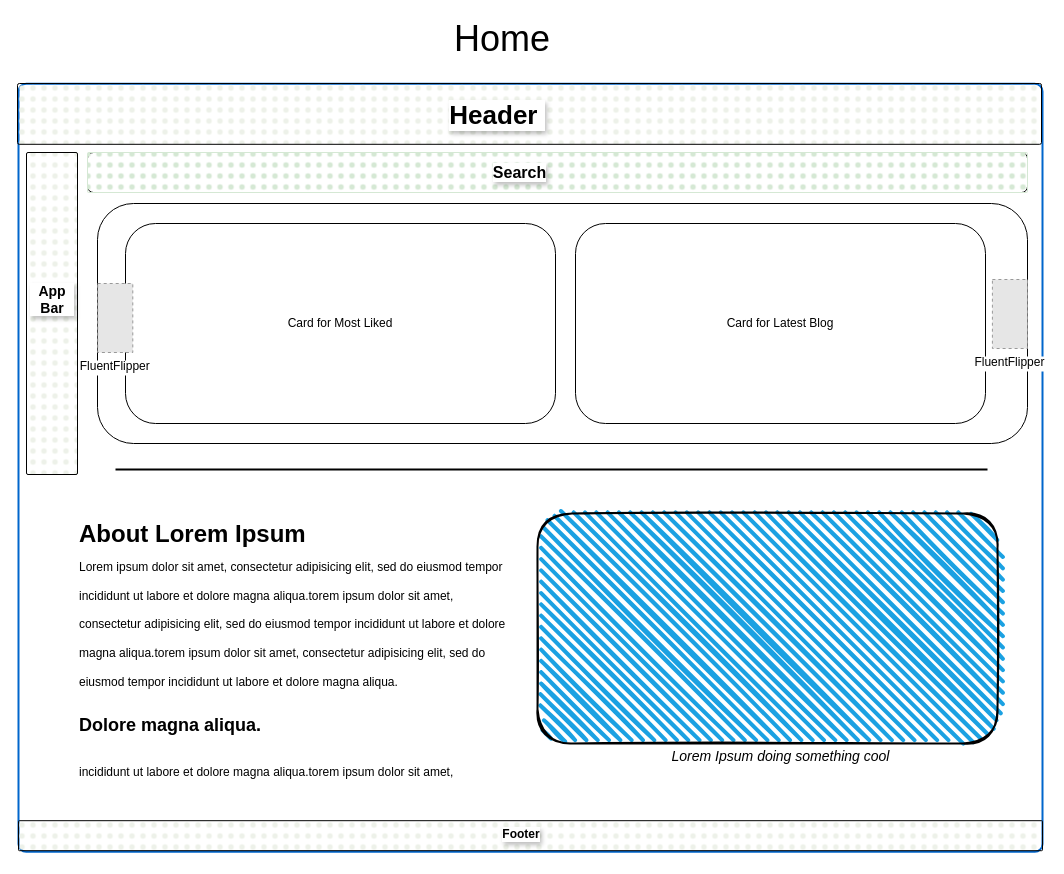
Above: page "Home" (1 of 8) of docs/Mocks_SF.drawio in freemindlabsinc/IntelliBlog (draw.io), before the change. Source tidied: cells renumbered, new cells numbered last; positions are measured from the earlier drawing's top-left corner, leaving out a move shared by most shapes. Both pictures are drawn from the tidied source at 100%, with x=0, y=0 at pixel (17, 23). Pictures stored in the file or linked from it are replaced by grey dashed boxes.
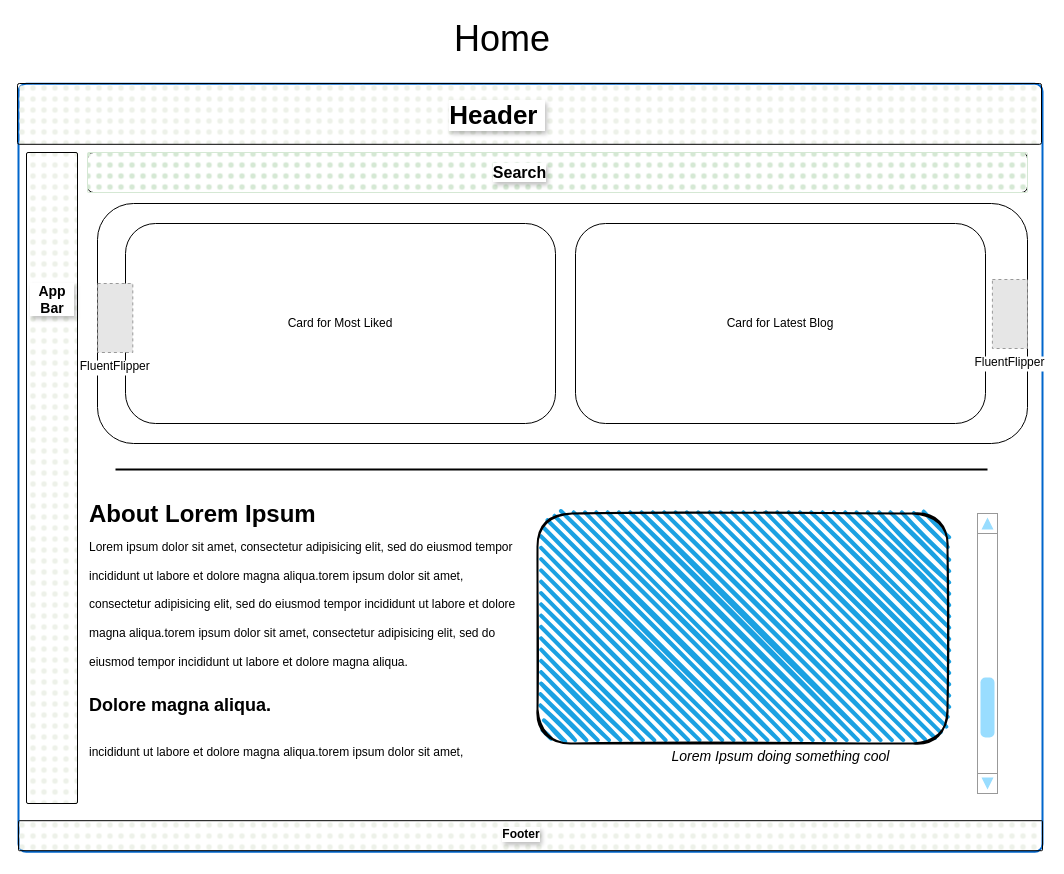
Above is the later version.

Unchanged cells that the change refers to:
```xml
<mxCell id="2" value="&#10;" style="group;" parent="1" vertex="1">
  <mxGeometry y="60" width="1025" height="768.2" as="geometry" />
</mxCell>
```

Change to the diagram source:
```diff
@@
     <mxCell id="4" style="rounded=1;whiteSpace=wrap;html=1;fillStyle=dots;strokeColor=default;align=center;verticalAlign=middle;arcSize=3;fontFamily=Helvetica;fontSize=12;fontColor=default;fillColor=#edf1e9;" parent="2" vertex="1">
-      <mxGeometry x="9" y="69" width="51" height="322" as="geometry" />
+      <mxGeometry x="9" y="69" width="51" height="651" as="geometry" />
     </mxCell>
@@
     <mxCell id="16" value="&lt;h1 style=&quot;margin-top: 0px;&quot;&gt;&lt;span style=&quot;background-color: initial;&quot;&gt;About Lorem Ipsum&lt;br&gt;&lt;/span&gt;&lt;span style=&quot;background-color: initial; font-size: 12px; font-weight: normal;&quot;&gt;Lorem ipsum dolor sit amet, consectetur adipisicing elit, sed do eiusmod tempor incididunt ut labore et dolore magna aliqua.&lt;/span&gt;&lt;font style=&quot;font-size: 12px; font-weight: normal;&quot;&gt;&lt;span style=&quot;background-color: initial;&quot;&gt;t&lt;/span&gt;orem ipsum dolor sit amet, consectetur adipisicing elit, sed do eiusmod tempor incididunt ut labore et dolore magna aliqua.torem ipsum dolor sit amet, consectetur adipisicing elit, sed do eiusmod tempor incididunt ut labore et dolore magna aliqua.&lt;/font&gt;&lt;br&gt;&lt;/h1&gt;&lt;h1 style=&quot;margin-top: 0px;&quot;&gt;&lt;font style=&quot;font-size: 18px;&quot;&gt;Dolore magna aliqua.&lt;/font&gt;&lt;/h1&gt;&lt;h1 style=&quot;margin-top: 0px;&quot;&gt;&lt;span style=&quot;background-color: initial; font-size: 12px; font-weight: normal;&quot;&gt;incididunt ut labore et dolore magna aliqua.&lt;/span&gt;&lt;font style=&quot;font-size: 12px; font-weight: normal;&quot;&gt;&lt;span style=&quot;background-color: initial;&quot;&gt;t&lt;/span&gt;orem ipsum dolor sit amet,&lt;/font&gt;&lt;/h1&gt;" style="text;html=1;whiteSpace=wrap;overflow=hidden;rounded=0;" parent="2" vertex="1">
-      <mxGeometry x="60" y="430" width="440" height="300" as="geometry" />
+      <mxGeometry x="70" y="410" width="440" height="300" as="geometry" />
     </mxCell>
@@
     <mxCell id="20" style="rounded=1;whiteSpace=wrap;html=1;strokeWidth=2;fillWeight=4;hachureGap=8;hachureAngle=45;fillColor=#1ba1e2;sketch=1;" parent="2" vertex="1">
-      <mxGeometry x="520" y="430" width="460" height="230" as="geometry" />
+      <mxGeometry x="520" y="430" width="410" height="230" as="geometry" />
     </mxCell>
@@
+    <mxCell id="23" style="verticalLabelPosition=bottom;shadow=0;dashed=0;align=center;html=1;verticalAlign=top;strokeWidth=1;shape=mxgraph.mockup.navigation.scrollBar;strokeColor=#999999;barPos=20;fillColor2=#99ddff;strokeColor2=none;direction=north;" parent="2" vertex="1">
+      <mxGeometry x="960" y="430" width="20" height="280" as="geometry" />
+    </mxCell>
```
